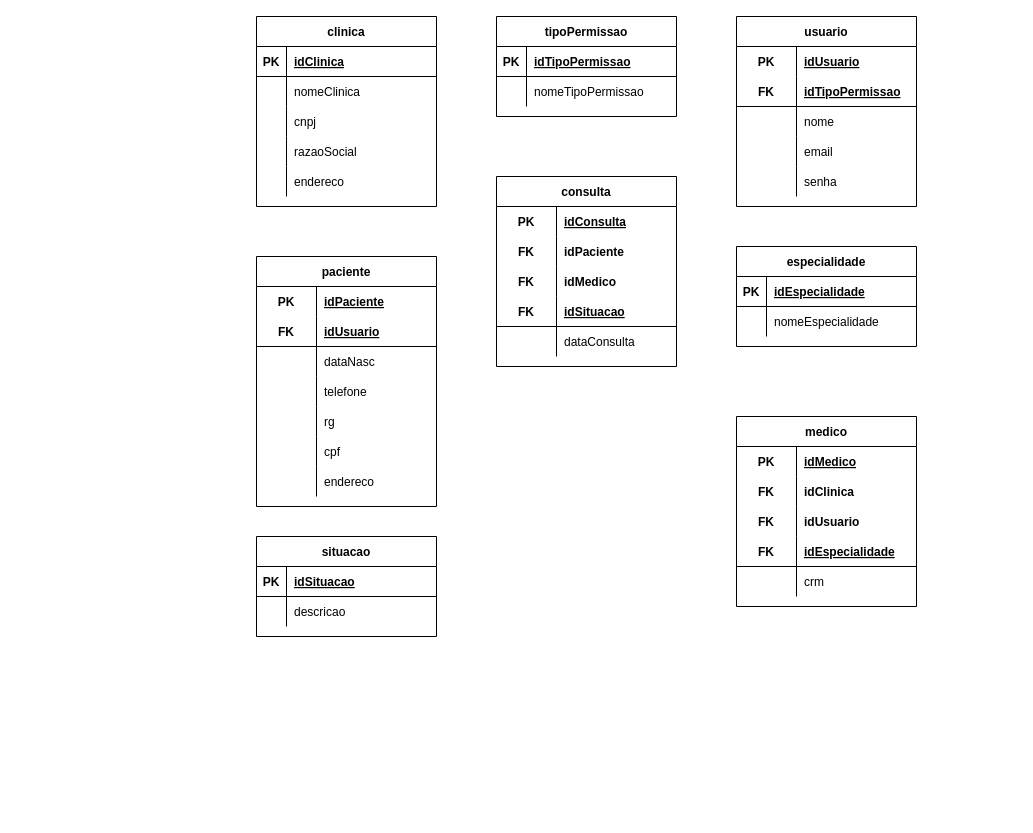
Th1ago-Henrique/SPMedicalGroups-ThiagoHenrique keeps this draw.io diagram as page "Logico" (2 of 2) of Modelagens/SPMG.drawio. Above is the earlier version. Source tidied: cells renumbered, new cells numbered last; positions are measured from the earlier drawing's top-left corner, leaving out a move shared by most shapes. Both pictures are drawn from the tidied source at 100%, with x=0, y=0 at pixel (256, 16).
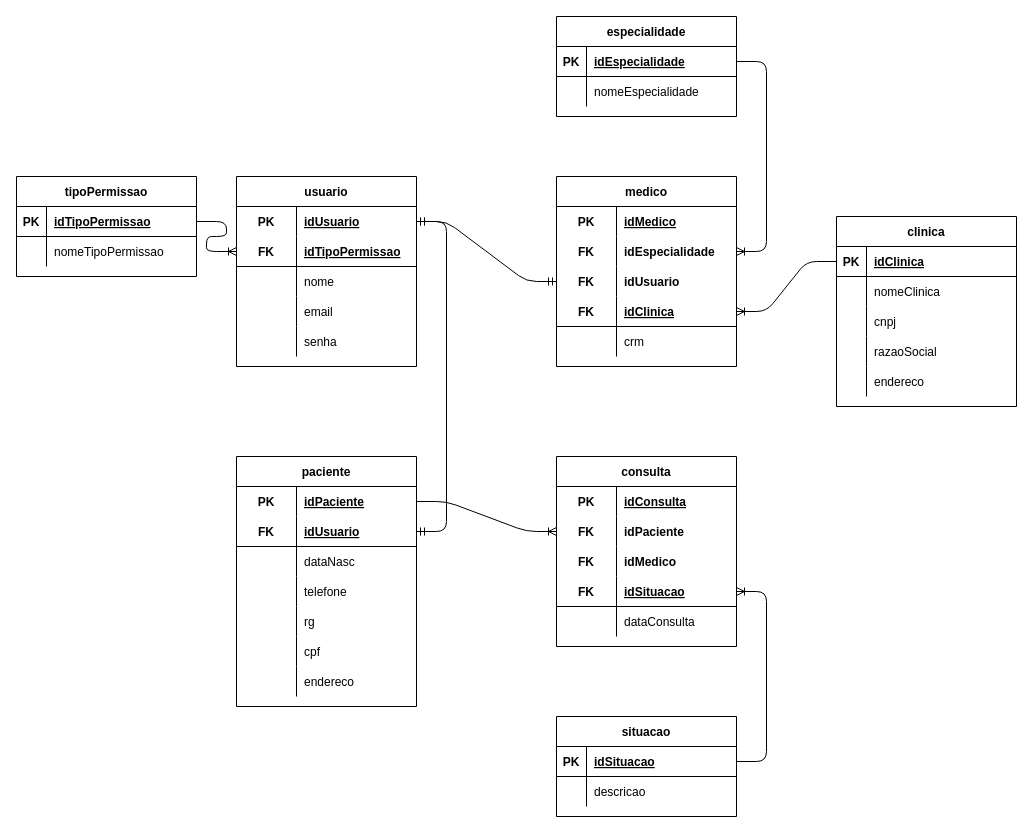
After the change.

Unchanged cells that the change refers to:
```xml
<mxCell id="3" style="shape=partialRectangle;fillColor=none;top=0;left=0;bottom=1;right=0;points=[[0,0.5],[1,0.5]];portConstraint=eastwest;" parent="2" vertex="1">
  <mxGeometry y="30" width="180" height="30" as="geometry" />
</mxCell>
<mxCell id="19" style="shape=partialRectangle;fillColor=none;top=0;left=0;bottom=1;right=0;points=[[0,0.5],[1,0.5]];portConstraint=eastwest;" parent="18" vertex="1">
  <mxGeometry y="30" width="180" height="30" as="geometry" />
</mxCell>
<mxCell id="26" style="shape=partialRectangle;fillColor=none;top=0;left=0;bottom=0;right=0;points=[[0,0.5],[1,0.5]];portConstraint=eastwest;" parent="25" vertex="1">
  <mxGeometry y="30" width="180" height="30" as="geometry" />
</mxCell>
<mxCell id="29" style="shape=partialRectangle;fillColor=none;top=0;left=0;bottom=1;right=0;points=[[0,0.5],[1,0.5]];portConstraint=eastwest;" parent="25" vertex="1">
  <mxGeometry y="60" width="180" height="30" as="geometry" />
</mxCell>
<mxCell id="42" style="shape=partialRectangle;fillColor=none;top=0;left=0;bottom=1;right=0;points=[[0,0.5],[1,0.5]];portConstraint=eastwest;" parent="41" vertex="1">
  <mxGeometry y="30" width="180" height="30" as="geometry" />
</mxCell>
<mxCell id="52" style="shape=partialRectangle;fillColor=none;top=0;left=0;bottom=0;right=0;points=[[0,0.5],[1,0.5]];portConstraint=eastwest;" parent="48" vertex="1">
  <mxGeometry y="60" width="180" height="30" as="geometry" />
</mxCell>
<mxCell id="55" style="shape=partialRectangle;fillColor=none;top=0;left=0;bottom=0;right=0;points=[[0,0.5],[1,0.5]];portConstraint=eastwest;" parent="48" vertex="1">
  <mxGeometry y="90" width="180" height="30" as="geometry" />
</mxCell>
<mxCell id="58" style="shape=partialRectangle;fillColor=none;top=0;left=0;bottom=1;right=0;points=[[0,0.5],[1,0.5]];portConstraint=eastwest;" parent="48" vertex="1">
  <mxGeometry y="120" width="180" height="30" as="geometry" />
</mxCell>
<mxCell id="65" style="shape=partialRectangle;fillColor=none;top=0;left=0;bottom=0;right=0;points=[[0,0.5],[1,0.5]];portConstraint=eastwest;" parent="64" vertex="1">
  <mxGeometry y="30" width="180" height="30" as="geometry" />
</mxCell>
<mxCell id="68" style="shape=partialRectangle;fillColor=none;top=0;left=0;bottom=1;right=0;points=[[0,0.5],[1,0.5]];portConstraint=eastwest;" parent="64" vertex="1">
  <mxGeometry y="60" width="180" height="30" as="geometry" />
</mxCell>
<mxCell id="87" style="shape=partialRectangle;fillColor=none;top=0;left=0;bottom=1;right=0;points=[[0,0.5],[1,0.5]];portConstraint=eastwest;" parent="86" vertex="1">
  <mxGeometry y="30" width="180" height="30" as="geometry" />
</mxCell>
<mxCell id="97" style="shape=partialRectangle;fillColor=none;top=0;left=0;bottom=0;right=0;points=[[0,0.5],[1,0.5]];portConstraint=eastwest;" parent="93" vertex="1">
  <mxGeometry y="60" width="180" height="30" as="geometry" />
</mxCell>
<mxCell id="103" style="shape=partialRectangle;fillColor=none;top=0;left=0;bottom=1;right=0;points=[[0,0.5],[1,0.5]];portConstraint=eastwest;" parent="93" vertex="1">
  <mxGeometry y="120" width="180" height="30" as="geometry" />
</mxCell>
```

The edit, as a diff of the source:
```diff
@@
     <mxCell id="2" value="clinica" style="shape=table;startSize=30;childLayout=tableLayout;rowLines=0;fontStyle=1;align=center;" parent="1" vertex="1">
-      <mxGeometry width="180" height="190" as="geometry" />
+      <mxGeometry x="580" y="200" width="180" height="190" as="geometry" />
     </mxCell>
@@
     <mxCell id="18" value="tipoPermissao" style="shape=table;startSize=30;childLayout=tableLayout;rowLines=0;fontStyle=1;align=center;" parent="1" vertex="1">
-      <mxGeometry x="240" width="180" height="100" as="geometry" />
+      <mxGeometry x="-240" y="160" width="180" height="100" as="geometry" />
     </mxCell>
@@
     <mxCell id="25" value="usuario" style="shape=table;startSize=30;childLayout=tableLayout;rowLines=0;fontStyle=1;align=center;" parent="1" vertex="1">
-      <mxGeometry x="480" width="180" height="190" as="geometry" />
+      <mxGeometry x="-20" y="160" width="180" height="190" as="geometry" />
     </mxCell>
@@
     <mxCell id="41" value="especialidade" style="shape=table;startSize=30;childLayout=tableLayout;rowLines=0;fontStyle=1;align=center;" parent="1" vertex="1">
-      <mxGeometry x="480" y="230" width="180" height="100" as="geometry" />
+      <mxGeometry x="300" width="180" height="100" as="geometry" />
     </mxCell>
@@
     <mxCell id="48" value="medico" style="shape=table;startSize=30;childLayout=tableLayout;rowLines=0;fontStyle=1;align=center;" parent="1" vertex="1">
-      <mxGeometry x="480" y="400" width="180" height="190" as="geometry" />
+      <mxGeometry x="300" y="160" width="180" height="190" as="geometry" />
     </mxCell>
@@
-    <mxCell id="54" value="idClinica" style="shape=partialRectangle;fillColor=none;top=0;left=0;bottom=0;right=0;align=left;spacingLeft=6;fontStyle=1;overflow=hidden;" parent="52" vertex="1">
+    <mxCell id="54" value="idEspecialidade" style="shape=partialRectangle;fillColor=none;top=0;left=0;bottom=0;right=0;align=left;spacingLeft=6;fontStyle=1;overflow=hidden;" parent="52" vertex="1">
       <mxGeometry x="60" width="120" height="30" as="geometry" />
     </mxCell>
@@
-    <mxCell id="60" value="idEspecialidade" style="shape=partialRectangle;fillColor=none;top=0;left=0;bottom=0;right=0;align=left;spacingLeft=6;fontStyle=5;overflow=hidden;" parent="58" vertex="1">
+    <mxCell id="60" value="idClinica" style="shape=partialRectangle;fillColor=none;top=0;left=0;bottom=0;right=0;align=left;spacingLeft=6;fontStyle=5;overflow=hidden;" parent="58" vertex="1">
       <mxGeometry x="60" width="120" height="30" as="geometry" />
     </mxCell>
@@
     <mxCell id="64" value="paciente" style="shape=table;startSize=30;childLayout=tableLayout;rowLines=0;fontStyle=1;align=center;" parent="1" vertex="1">
-      <mxGeometry y="240" width="180" height="250" as="geometry" />
+      <mxGeometry x="-20" y="440" width="180" height="250" as="geometry" />
     </mxCell>
@@
     <mxCell id="86" value="situacao" style="shape=table;startSize=30;childLayout=tableLayout;rowLines=0;fontStyle=1;align=center;" parent="1" vertex="1">
-      <mxGeometry y="520" width="180" height="100" as="geometry" />
+      <mxGeometry x="300" y="700" width="180" height="100" as="geometry" />
     </mxCell>
@@
     <mxCell id="93" value="consulta" style="shape=table;startSize=30;childLayout=tableLayout;rowLines=0;fontStyle=1;align=center;" parent="1" vertex="1">
-      <mxGeometry x="240" y="160" width="180" height="190" as="geometry" />
+      <mxGeometry x="300" y="440" width="180" height="190" as="geometry" />
     </mxCell>
@@
+    <mxCell id="109" style="edgeStyle=entityRelationEdgeStyle;fontSize=12;html=1;endArrow=ERoneToMany;" parent="1" edge="1" source="3" target="58">
+      <mxGeometry relative="1" as="geometry" />
+    </mxCell>
+    <mxCell id="110" style="edgeStyle=entityRelationEdgeStyle;fontSize=12;html=1;endArrow=ERoneToMany;" parent="1" edge="1" source="42" target="52">
+      <mxGeometry relative="1" as="geometry" />
+    </mxCell>
+    <mxCell id="111" style="edgeStyle=entityRelationEdgeStyle;fontSize=12;html=1;endArrow=ERmandOne;startArrow=ERmandOne;" parent="1" edge="1" source="26" target="55">
+      <mxGeometry relative="1" as="geometry" />
+    </mxCell>
+    <mxCell id="112" style="edgeStyle=entityRelationEdgeStyle;fontSize=12;html=1;endArrow=ERmandOne;startArrow=ERmandOne;" parent="1" edge="1" source="26" target="68">
+      <mxGeometry relative="1" as="geometry" />
+    </mxCell>
+    <mxCell id="113" style="edgeStyle=entityRelationEdgeStyle;fontSize=12;html=1;endArrow=ERoneToMany;" parent="1" edge="1" source="65" target="97">
+      <mxGeometry relative="1" as="geometry" />
+    </mxCell>
+    <mxCell id="114" style="edgeStyle=entityRelationEdgeStyle;fontSize=12;html=1;endArrow=ERoneToMany;" parent="1" edge="1" source="87" target="103">
+      <mxGeometry relative="1" as="geometry" />
+    </mxCell>
+    <mxCell id="115" style="edgeStyle=entityRelationEdgeStyle;fontSize=12;html=1;endArrow=ERoneToMany;" parent="1" edge="1" source="19" target="29">
+      <mxGeometry relative="1" as="geometry" />
+    </mxCell>
```
